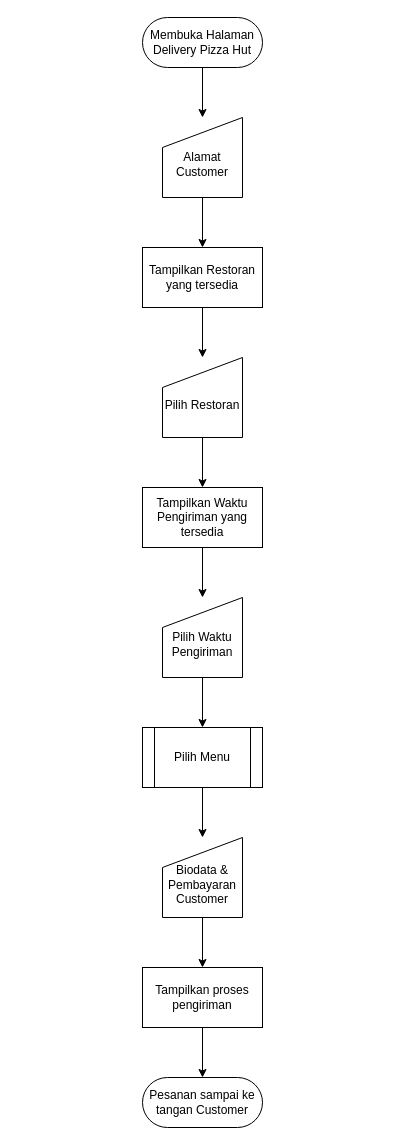
Before: Diagram Tanpa Judul.drawio in hako-975/draw.io, a draw.io diagram. Source tidied: cells renumbered, new cells numbered last; positions are measured from the earlier drawing's top-left corner, leaving out a move shared by most shapes. Both pictures are drawn from the tidied source at 100%, with x=0, y=0 at pixel (142, 17).
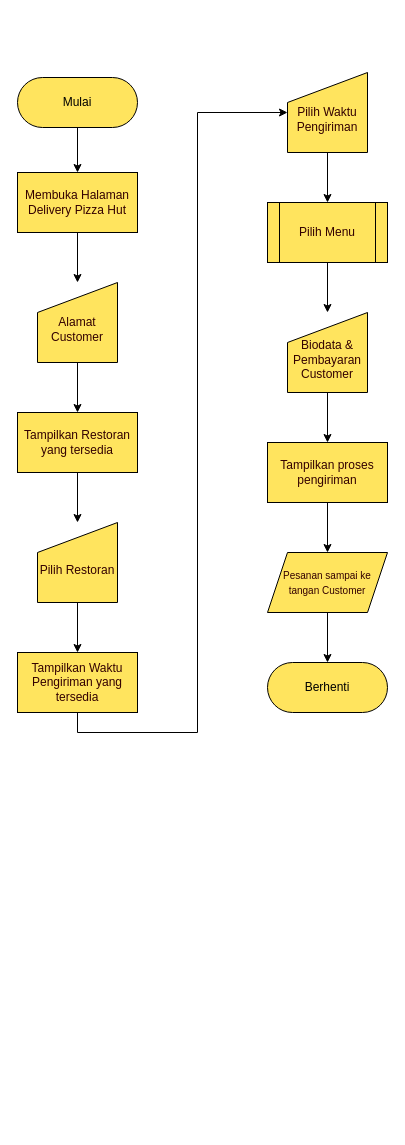
After the change.

Change to the diagram source:
```diff
@@
-    <mxCell id="2" style="edgeStyle=orthogonalEdgeStyle;rounded=0;jettySize=auto;html=1;exitX=0.5;exitY=1;exitDx=0;exitDy=0;entryX=0.5;entryY=0;entryDx=0;entryDy=0;" parent="1" edge="1" source="3" target="7">
+    <mxCell id="2" style="edgeStyle=orthogonalEdgeStyle;rounded=0;jettySize=auto;html=1;exitX=0.5;exitY=1;exitDx=0;exitDy=0;entryX=0.5;entryY=0;entryDx=0;entryDy=0;strokeColor=#000000;fontColor=#330000;" parent="1" edge="1" source="3" target="7">
       <mxGeometry relative="1" as="geometry" />
     </mxCell>
-    <mxCell id="3" value="&lt;br&gt;Alamat Customer" style="shape=manualInput;whiteSpace=wrap;html=1;" parent="1" vertex="1">
-      <mxGeometry x="20" y="100" width="80" height="80" as="geometry" />
+    <mxCell id="3" value="&lt;br&gt;Alamat Customer" style="shape=manualInput;whiteSpace=wrap;html=1;rounded=0;fillColor=#FFE45E;strokeColor=#000000;fontColor=#330000;" parent="1" vertex="1">
+      <mxGeometry x="-105" y="265" width="80" height="80" as="geometry" />
     </mxCell>
-    <mxCell id="4" style="edgeStyle=orthogonalEdgeStyle;rounded=0;jettySize=auto;html=1;exitX=0.5;exitY=1;exitDx=0;exitDy=0;" parent="1" edge="1" source="5" target="3">
-      <mxGeometry relative="1" as="geometry" />
-    </mxCell>
-    <mxCell id="5" value="Membuka Halaman Delivery Pizza Hut" style="rounded=1;whiteSpace=wrap;html=1;arcSize=50;" parent="1" vertex="1">
-      <mxGeometry width="120" height="50" as="geometry" />
-    </mxCell>
-    <mxCell id="6" style="edgeStyle=orthogonalEdgeStyle;rounded=0;jettySize=auto;html=1;exitX=0.5;exitY=1;exitDx=0;exitDy=0;" parent="1" edge="1" source="7" target="9">
+    <mxCell id="6" style="edgeStyle=orthogonalEdgeStyle;rounded=0;jettySize=auto;html=1;exitX=0.5;exitY=1;exitDx=0;exitDy=0;strokeColor=#000000;fontColor=#330000;" parent="1" edge="1" source="7" target="9">
       <mxGeometry relative="1" as="geometry" />
     </mxCell>
-    <mxCell id="7" value="Tampilkan Restoran yang tersedia" style="rounded=0;whiteSpace=wrap;html=1;" parent="1" vertex="1">
-      <mxGeometry y="230" width="120" height="60" as="geometry" />
+    <mxCell id="7" value="Tampilkan Restoran yang tersedia" style="rounded=0;whiteSpace=wrap;html=1;fillColor=#FFE45E;strokeColor=#000000;fontColor=#330000;" parent="1" vertex="1">
+      <mxGeometry x="-125" y="395" width="120" height="60" as="geometry" />
     </mxCell>
-    <mxCell id="8" style="edgeStyle=orthogonalEdgeStyle;rounded=0;jettySize=auto;html=1;exitX=0.5;exitY=1;exitDx=0;exitDy=0;entryX=0.5;entryY=0;entryDx=0;entryDy=0;" parent="1" edge="1" source="9" target="11">
+    <mxCell id="8" style="edgeStyle=orthogonalEdgeStyle;rounded=0;jettySize=auto;html=1;exitX=0.5;exitY=1;exitDx=0;exitDy=0;entryX=0.5;entryY=0;entryDx=0;entryDy=0;strokeColor=#000000;fontColor=#330000;" parent="1" edge="1" source="9" target="11">
       <mxGeometry relative="1" as="geometry" />
     </mxCell>
-    <mxCell id="9" value="&lt;br&gt;Pilih Restoran" style="shape=manualInput;whiteSpace=wrap;html=1;" parent="1" vertex="1">
-      <mxGeometry x="20" y="340" width="80" height="80" as="geometry" />
+    <mxCell id="9" value="&lt;br&gt;Pilih Restoran" style="shape=manualInput;whiteSpace=wrap;html=1;rounded=0;fillColor=#FFE45E;strokeColor=#000000;fontColor=#330000;" parent="1" vertex="1">
+      <mxGeometry x="-105" y="505" width="80" height="80" as="geometry" />
     </mxCell>
-    <mxCell id="10" style="edgeStyle=orthogonalEdgeStyle;rounded=0;jettySize=auto;html=1;exitX=0.5;exitY=1;exitDx=0;exitDy=0;" parent="1" edge="1" source="11" target="13">
-      <mxGeometry relative="1" as="geometry" />
+    <mxCell id="10" style="edgeStyle=orthogonalEdgeStyle;rounded=0;jettySize=auto;html=1;exitX=0.5;exitY=1;exitDx=0;exitDy=0;strokeColor=#000000;fontColor=#330000;" parent="1" edge="1" source="11" target="13">
+      <mxGeometry relative="1" as="geometry">
+        <Array as="points">
+          <mxPoint x="-65" y="715" />
+          <mxPoint x="55" y="715" />
+          <mxPoint x="55" y="95" />
+        </Array>
+      </mxGeometry>
     </mxCell>
-    <mxCell id="11" value="Tampilkan Waktu Pengiriman yang tersedia" style="rounded=0;whiteSpace=wrap;html=1;" parent="1" vertex="1">
-      <mxGeometry y="470" width="120" height="60" as="geometry" />
+    <mxCell id="11" value="Tampilkan Waktu Pengiriman yang tersedia" style="rounded=0;whiteSpace=wrap;html=1;fillColor=#FFE45E;strokeColor=#000000;fontColor=#330000;" parent="1" vertex="1">
+      <mxGeometry x="-125" y="635" width="120" height="60" as="geometry" />
     </mxCell>
-    <mxCell id="12" style="edgeStyle=orthogonalEdgeStyle;rounded=0;jettySize=auto;html=1;exitX=0.5;exitY=1;exitDx=0;exitDy=0;" parent="1" edge="1" source="13" target="15">
+    <mxCell id="12" style="edgeStyle=orthogonalEdgeStyle;rounded=0;jettySize=auto;html=1;exitX=0.5;exitY=1;exitDx=0;exitDy=0;strokeColor=#000000;fontColor=#330000;" parent="1" edge="1" source="13" target="15">
       <mxGeometry relative="1" as="geometry" />
     </mxCell>
-    <mxCell id="13" value="&lt;br&gt;Pilih Waktu Pengiriman" style="shape=manualInput;whiteSpace=wrap;html=1;" parent="1" vertex="1">
-      <mxGeometry x="20" y="580" width="80" height="80" as="geometry" />
+    <mxCell id="13" value="&lt;br&gt;Pilih Waktu Pengiriman" style="shape=manualInput;whiteSpace=wrap;html=1;rounded=0;fillColor=#FFE45E;strokeColor=#000000;fontColor=#330000;" parent="1" vertex="1">
+      <mxGeometry x="145" y="55" width="80" height="80" as="geometry" />
     </mxCell>
-    <mxCell id="14" style="edgeStyle=orthogonalEdgeStyle;rounded=0;jettySize=auto;html=1;exitX=0.5;exitY=1;exitDx=0;exitDy=0;entryX=0.5;entryY=0;entryDx=0;entryDy=0;" parent="1" edge="1" source="15" target="17">
+    <mxCell id="14" style="edgeStyle=orthogonalEdgeStyle;rounded=0;jettySize=auto;html=1;exitX=0.5;exitY=1;exitDx=0;exitDy=0;entryX=0.5;entryY=0;entryDx=0;entryDy=0;strokeColor=#000000;fontColor=#330000;" parent="1" edge="1" source="15" target="17">
       <mxGeometry relative="1" as="geometry" />
     </mxCell>
-    <mxCell id="15" value="Pilih Menu" style="shape=process;whiteSpace=wrap;html=1;backgroundOutline=1;" parent="1" vertex="1">
-      <mxGeometry y="710" width="120" height="60" as="geometry" />
+    <mxCell id="15" value="Pilih Menu" style="shape=process;whiteSpace=wrap;html=1;backgroundOutline=1;rounded=0;fillColor=#FFE45E;strokeColor=#000000;fontColor=#330000;" parent="1" vertex="1">
+      <mxGeometry x="125" y="185" width="120" height="60" as="geometry" />
     </mxCell>
-    <mxCell id="16" style="edgeStyle=orthogonalEdgeStyle;rounded=0;jettySize=auto;html=1;entryX=0.5;entryY=0;entryDx=0;entryDy=0;" parent="1" edge="1" source="17" target="19">
+    <mxCell id="16" style="edgeStyle=orthogonalEdgeStyle;rounded=0;jettySize=auto;html=1;entryX=0.5;entryY=0;entryDx=0;entryDy=0;strokeColor=#000000;fontColor=#330000;" parent="1" edge="1" source="17" target="19">
       <mxGeometry relative="1" as="geometry" />
     </mxCell>
-    <mxCell id="17" value="&lt;br&gt;Biodata &amp;amp; Pembayaran&lt;br&gt;Customer" style="shape=manualInput;whiteSpace=wrap;html=1;" parent="1" vertex="1">
-      <mxGeometry x="20" y="820" width="80" height="80" as="geometry" />
+    <mxCell id="17" value="&lt;br&gt;Biodata &amp;amp; Pembayaran&lt;br&gt;Customer" style="shape=manualInput;whiteSpace=wrap;html=1;rounded=0;fillColor=#FFE45E;strokeColor=#000000;fontColor=#330000;" parent="1" vertex="1">
+      <mxGeometry x="145" y="295" width="80" height="80" as="geometry" />
     </mxCell>
-    <mxCell id="18" style="edgeStyle=orthogonalEdgeStyle;rounded=0;jettySize=auto;html=1;exitX=0.5;exitY=1;exitDx=0;exitDy=0;entryX=0.5;entryY=0;entryDx=0;entryDy=0;" parent="1" edge="1" source="19" target="20">
+    <mxCell id="18" style="edgeStyle=orthogonalEdgeStyle;rounded=0;jettySize=auto;html=1;exitX=0.5;exitY=1;exitDx=0;exitDy=0;entryX=0.5;entryY=0;entryDx=0;entryDy=0;fontSize=10;strokeColor=#000000;fontColor=#330000;" parent="1" edge="1" source="19" target="20">
       <mxGeometry relative="1" as="geometry" />
     </mxCell>
-    <mxCell id="19" value="Tampilkan proses pengiriman" style="rounded=0;whiteSpace=wrap;html=1;" parent="1" vertex="1">
-      <mxGeometry y="950" width="120" height="60" as="geometry" />
+    <mxCell id="19" value="Tampilkan proses pengiriman" style="rounded=0;whiteSpace=wrap;html=1;fillColor=#FFE45E;strokeColor=#000000;fontColor=#330000;" parent="1" vertex="1">
+      <mxGeometry x="125" y="425" width="120" height="60" as="geometry" />
     </mxCell>
+    <mxCell id="4" style="edgeStyle=orthogonalEdgeStyle;rounded=0;jettySize=auto;html=1;exitX=0.5;exitY=1;exitDx=0;exitDy=0;entryX=0.5;entryY=0;entryDx=0;entryDy=0;strokeColor=#000000;fontColor=#330000;" parent="1" edge="1" source="5" target="3">
+      <mxGeometry relative="1" as="geometry" />
+    </mxCell>
+    <mxCell id="5" value="Membuka Halaman Delivery Pizza Hut" style="rounded=0;whiteSpace=wrap;html=1;fillColor=#FFE45E;strokeColor=#000000;fontColor=#330000;" parent="1" vertex="1">
+      <mxGeometry x="-125" y="155" width="120" height="60" as="geometry" />
+    </mxCell>
+    <mxCell id="21" style="edgeStyle=orthogonalEdgeStyle;jettySize=auto;html=1;exitX=0.5;exitY=1;exitDx=0;exitDy=0;entryX=0.5;entryY=0;entryDx=0;entryDy=0;strokeColor=#000000;fontColor=#330000;fillColor=#330000;" parent="1" edge="1" source="20" target="24">
+      <mxGeometry relative="1" as="geometry" />
+    </mxCell>
-    <mxCell id="20" value="Pesanan sampai ke tangan Customer" style="rounded=1;whiteSpace=wrap;html=1;arcSize=50;" parent="1" vertex="1">
-      <mxGeometry y="1060" width="120" height="50" as="geometry" />
+    <mxCell id="20" value="&lt;font style=&quot;font-size: 10px;&quot;&gt;Pesanan sampai ke tangan Customer&lt;/font&gt;" style="shape=parallelogram;perimeter=parallelogramPerimeter;whiteSpace=wrap;html=1;fixedSize=1;rounded=0;fillColor=#FFE45E;strokeColor=#000000;fontColor=#330000;" parent="1" vertex="1">
+      <mxGeometry x="125" y="535" width="120" height="60" as="geometry" />
     </mxCell>
+    <mxCell id="22" style="edgeStyle=orthogonalEdgeStyle;jettySize=auto;html=1;exitX=0.5;exitY=1;exitDx=0;exitDy=0;entryX=0.5;entryY=0;entryDx=0;entryDy=0;strokeColor=#000000;fontColor=#330000;fillColor=#330000;" parent="1" edge="1" source="23" target="5">
+      <mxGeometry relative="1" as="geometry" />
+    </mxCell>
+    <mxCell id="23" value="Mulai&lt;br&gt;" style="rounded=1;whiteSpace=wrap;html=1;strokeColor=#000000;fillColor=#FFE45E;gradientColor=none;arcSize=50;" parent="1" vertex="1">
+      <mxGeometry x="-125" y="60" width="120" height="50" as="geometry" />
+    </mxCell>
+    <mxCell id="24" value="Berhenti" style="rounded=1;whiteSpace=wrap;html=1;strokeColor=#000000;fillColor=#FFE45E;gradientColor=none;arcSize=50;" parent="1" vertex="1">
+      <mxGeometry x="125" y="645" width="120" height="50" as="geometry" />
+    </mxCell>
```
